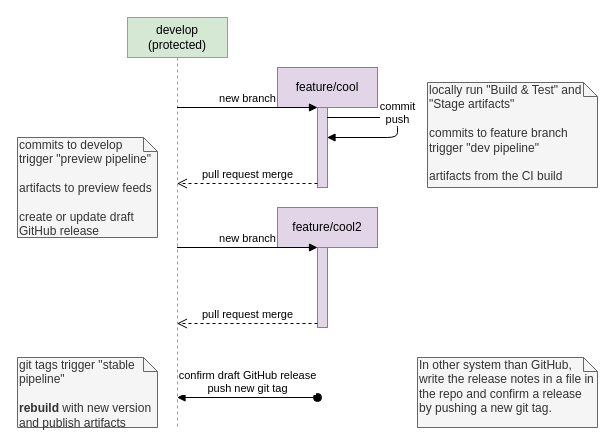
Above: page "workflow" (1 of 3) of docs/guides/spec/Release process.drawio in pleonex/PleOps.Cake (draw.io), before the change. Source tidied: cells renumbered, new cells numbered last; positions are measured from the earlier drawing's top-left corner, leaving out a move shared by most shapes. Both pictures are drawn from the tidied source at 100%, with x=0, y=0 at pixel (17, 17).
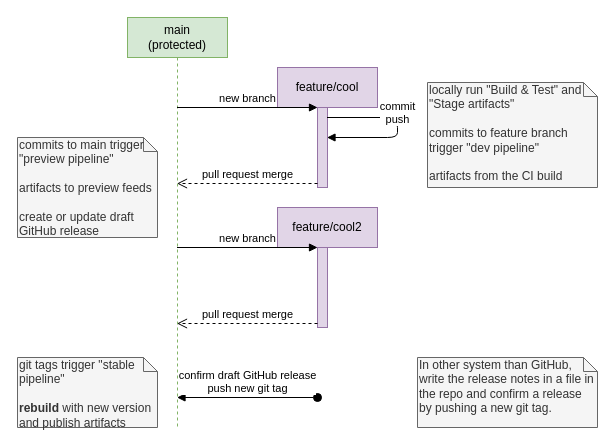
Above is the later version.

Commit message (it also covers changes not shown here):
:sparkles: Migrate develop to standard main

Diff of the diagram source:
```diff
@@
 <mxGraphModel>
   <root>
     <mxCell id="0" />
     <mxCell id="1" parent="0" />
-    <mxCell id="2" value="develop&lt;br&gt;(protected)" style="shape=umlLifeline;perimeter=lifelinePerimeter;whiteSpace=wrap;html=1;outlineConnect=0;fillColor=#d5e8d4;strokeColor=#82b366;" parent="1" vertex="1">
+    <mxCell id="2" value="main&lt;br&gt;(protected)" style="shape=umlLifeline;perimeter=lifelinePerimeter;whiteSpace=wrap;html=1;outlineConnect=0;fillColor=#d5e8d4;strokeColor=#82b366;" parent="1" vertex="1">
       <mxGeometry x="110" width="100" height="410" as="geometry" />
     </mxCell>
     <mxCell id="3" value="feature/cool" style="shape=umlLifeline;perimeter=lifelinePerimeter;whiteSpace=wrap;html=1;outlineConnect=0;fillColor=#e1d5e7;strokeColor=#9673a6;" parent="1" vertex="1">
       <mxGeometry x="260" y="50" width="100" height="120" as="geometry" />
     </mxCell>
     <mxCell id="4" style="html=1;points=[];perimeter=orthogonalPerimeter;fillColor=#e1d5e7;strokeColor=#9673a6;" parent="3" vertex="1">
       <mxGeometry x="40" y="40" width="10" height="80" as="geometry" />
     </mxCell>
     <mxCell id="5" value="new branch" style="html=1;verticalAlign=bottom;endArrow=block;entryX=0;entryY=0;" parent="1" edge="1" source="2" target="4">
       <mxGeometry relative="1" as="geometry" />
     </mxCell>
     <mxCell id="6" value="pull request merge" style="html=1;verticalAlign=bottom;endArrow=open;dashed=1;endSize=8;exitX=0;exitY=0.95;" parent="1" edge="1" source="4" target="2">
       <mxGeometry relative="1" as="geometry" />
     </mxCell>
     <mxCell id="7" value="commit&lt;br&gt;push" style="html=1;verticalAlign=bottom;endArrow=block;" parent="1" edge="1" source="3" target="3">
       <mxGeometry relative="1" as="geometry" />
     </mxCell>
     <mxCell id="8" value="locally run &quot;Build &amp;amp; Test&quot; and &quot;Stage artifacts&quot;&lt;br&gt;&lt;br&gt;commits to feature branch trigger &quot;dev pipeline&quot;&lt;br&gt;&lt;br&gt;artifacts from the CI build" style="shape=note;whiteSpace=wrap;html=1;size=14;verticalAlign=top;align=left;spacingTop=-6;fillColor=#f5f5f5;strokeColor=#666666;fontColor=#333333;" parent="1" vertex="1">
       <mxGeometry x="410" y="65" width="170" height="105" as="geometry" />
     </mxCell>
-    <mxCell id="9" value="commits to develop trigger &quot;preview pipeline&quot;&lt;br&gt;&lt;br&gt;artifacts to preview feeds&lt;br&gt;&lt;br&gt;create or update draft GitHub release" style="shape=note;whiteSpace=wrap;html=1;size=14;verticalAlign=top;align=left;spacingTop=-6;fillColor=#f5f5f5;strokeColor=#666666;fontColor=#333333;" parent="1" vertex="1">
+    <mxCell id="9" value="commits to main trigger &quot;preview pipeline&quot;&lt;br&gt;&lt;br&gt;artifacts to preview feeds&lt;br&gt;&lt;br&gt;create or update draft GitHub release" style="shape=note;whiteSpace=wrap;html=1;size=14;verticalAlign=top;align=left;spacingTop=-6;fillColor=#f5f5f5;strokeColor=#666666;fontColor=#333333;" parent="1" vertex="1">
       <mxGeometry y="120" width="140" height="100" as="geometry" />
     </mxCell>
     <mxCell id="10" value="confirm draft GitHub release&lt;br&gt;push new git tag" style="html=1;verticalAlign=bottom;startArrow=oval;startFill=1;endArrow=block;startSize=8;" parent="1" edge="1" target="2">
       <mxGeometry relative="1" as="geometry">
         <mxPoint x="300" y="380" as="sourcePoint" />
       </mxGeometry>
     </mxCell>
     <mxCell id="11" value="feature/cool2" style="shape=umlLifeline;perimeter=lifelinePerimeter;whiteSpace=wrap;html=1;fillColor=#e1d5e7;strokeColor=#9673a6;" parent="1" vertex="1">
       <mxGeometry x="260" y="190" width="100" height="120" as="geometry" />
     </mxCell>
     <mxCell id="12" style="html=1;points=[];perimeter=orthogonalPerimeter;fillColor=#e1d5e7;strokeColor=#9673a6;" parent="11" vertex="1">
       <mxGeometry x="40" y="40" width="10" height="80" as="geometry" />
     </mxCell>
     <mxCell id="13" value="pull request merge" style="html=1;verticalAlign=bottom;endArrow=open;dashed=1;endSize=8;exitX=0;exitY=0.95;" parent="1" edge="1" source="12" target="2">
       <mxGeometry relative="1" as="geometry" />
     </mxCell>
     <mxCell id="14" value="new branch" style="html=1;verticalAlign=bottom;endArrow=block;entryX=0;entryY=0;" parent="1" edge="1" source="2" target="12">
       <mxGeometry relative="1" as="geometry" />
     </mxCell>
     <mxCell id="15" value="git tags trigger &quot;stable pipeline&quot;&lt;br&gt;&lt;br&gt;&lt;b&gt;rebuild &lt;/b&gt;with new version and publish artifacts" style="shape=note;whiteSpace=wrap;html=1;size=14;verticalAlign=top;align=left;spacingTop=-6;fillColor=#f5f5f5;strokeColor=#666666;fontColor=#333333;" parent="1" vertex="1">
       <mxGeometry y="340" width="140" height="70" as="geometry" />
     </mxCell>
     <mxCell id="16" value="In other system than GitHub, write the release notes in a file in the repo and confirm a release by pushing a new git tag." style="shape=note;whiteSpace=wrap;html=1;size=14;verticalAlign=top;align=left;spacingTop=-6;fillColor=#f5f5f5;strokeColor=#666666;fontColor=#333333;" parent="1" vertex="1">
       <mxGeometry x="400" y="340" width="180" height="70" as="geometry" />
     </mxCell>
   </root>
 </mxGraphModel>
```
